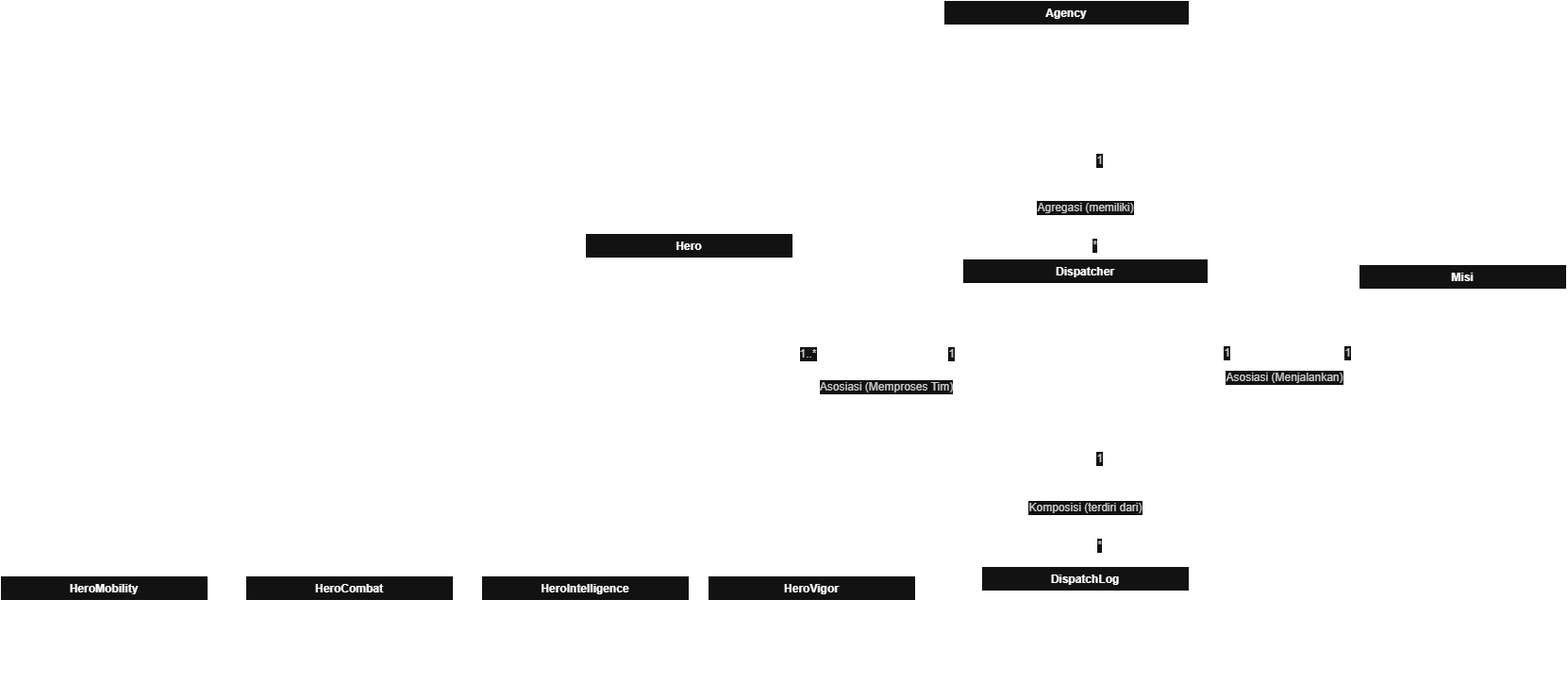
The draw.io diagram Posttest/Posttest3/Images/UML.drawio.png in AryasatyaITX/Praktikum-PBO, before a commit. Source tidied: cells renumbered, new cells last; positions are measured from the earlier drawing's top-left corner, leaving out a move shared by most shapes.
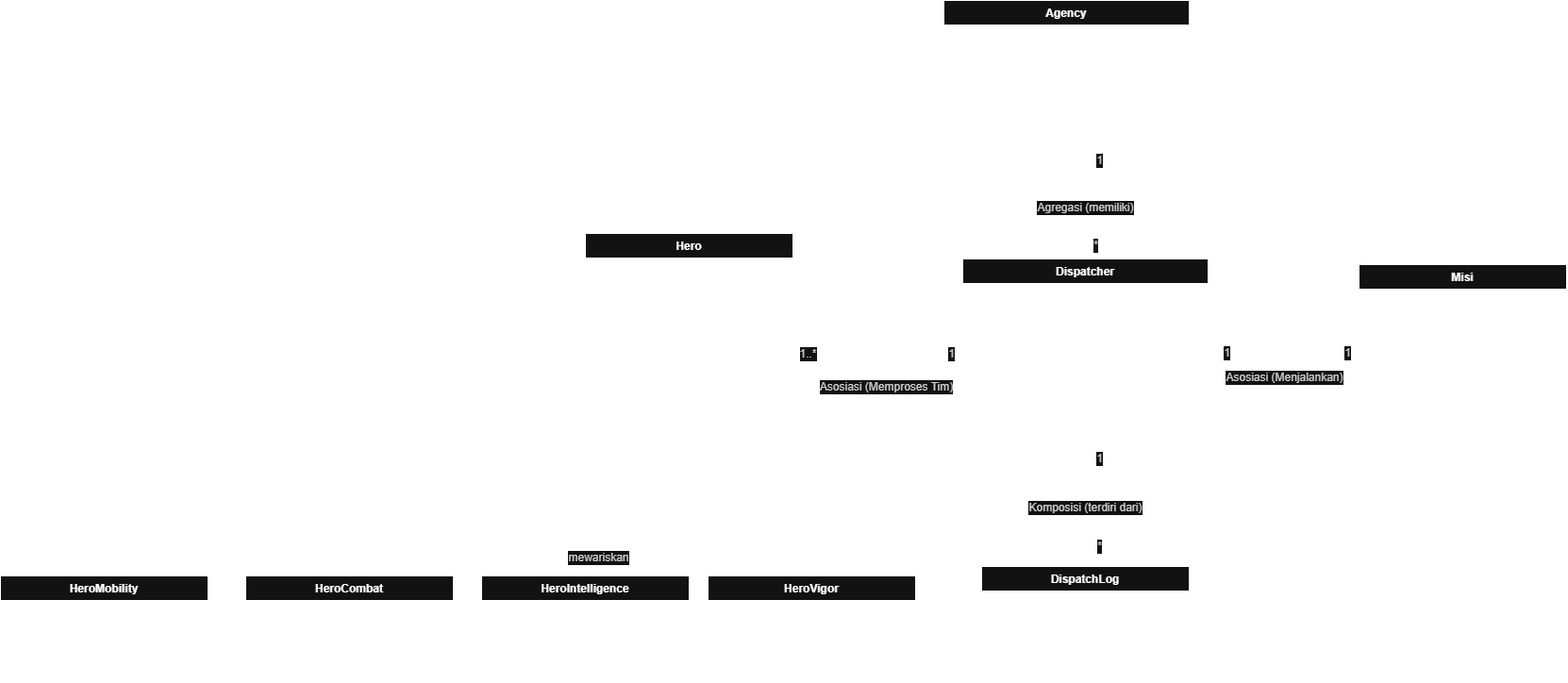
The same diagram one commit later.

Commit message:
UML gambar

Diff of the diagram source:
```diff
@@ -192,14 +192,17 @@
         </Array>
       </mxGeometry>
     </mxCell>
-    <mxCell id="53" style="edgeStyle=orthogonalEdgeStyle;rounded=0;html=1;endArrow=block;endFill=0;endSize=14;startArrow=none;exitX=0.5;exitY=0;exitDx=0;exitDy=0;fontSize=12;fontColor=#222222;labelBackgroundColor=#FFFFFF;entryX=0.5;entryY=1;entryDx=0;entryDy=0;" parent="1" edge="1" source="46" target="2">
-      <mxGeometry x="-0.15" relative="1" as="geometry">
-        <Array as="points">
-          <mxPoint x="870" y="610" />
-          <mxPoint x="870" y="590" />
-          <mxPoint x="730" y="590" />
-        </Array>
-      </mxGeometry>
+    <mxCell id="53" value="mewariskan" style="edgeLabel;html=1;align=center;verticalAlign=middle;inheritText=1;fontSize=12;fontColor=#222222;labelBackgroundColor=#FFFFFF;" parent="52" vertex="1">
+      <mxGeometry x="-0.78" relative="1" as="geometry" />
     </mxCell>
+    <mxCell id="54" style="edgeStyle=orthogonalEdgeStyle;rounded=0;html=1;endArrow=block;endFill=0;endSize=14;startArrow=none;exitX=0.5;exitY=0;exitDx=0;exitDy=0;fontSize=12;fontColor=#222222;labelBackgroundColor=#FFFFFF;entryX=0.5;entryY=1;entryDx=0;entryDy=0;" parent="1" edge="1" source="46" target="2">
+      <mxGeometry x="-0.15" relative="1" as="geometry">
+        <Array as="points">
+          <mxPoint x="870" y="610" />
+          <mxPoint x="870" y="590" />
+          <mxPoint x="730" y="590" />
+        </Array>
+      </mxGeometry>
+    </mxCell>
   </root>
 </mxGraphModel>
```
